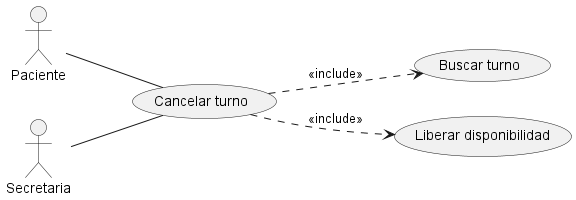
FacundoGuiraldes/SistemaTurnosMedicos keeps this PlantUML diagram as diagramas/02-casos-de-uso/02-caso-uso-cancelar-turno-02/02-caso-uso-cancelar-turno-02.png. Above is the earlier version.
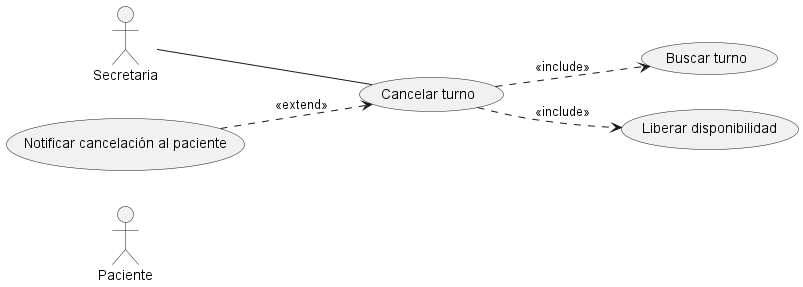
After the commit.

Commit message:
fix: ajusto direccion de flecha extend y actor en CU02

Change to the diagram source:
```diff
@@ -6,10 +6,11 @@
 usecase "Cancelar turno" as UC1
 usecase "Buscar turno" as UC2
 usecase "Liberar disponibilidad" as UC3
+usecase "Notificar cancelación al paciente" as UC4
 
-Paciente -- UC1
 Secretaria -- UC1
 
 UC1 ..> UC2 : <<include>>
 UC1 ..> UC3 : <<include>>
+UC4 ..> UC1 : <<extend>>
 @enduml
```
